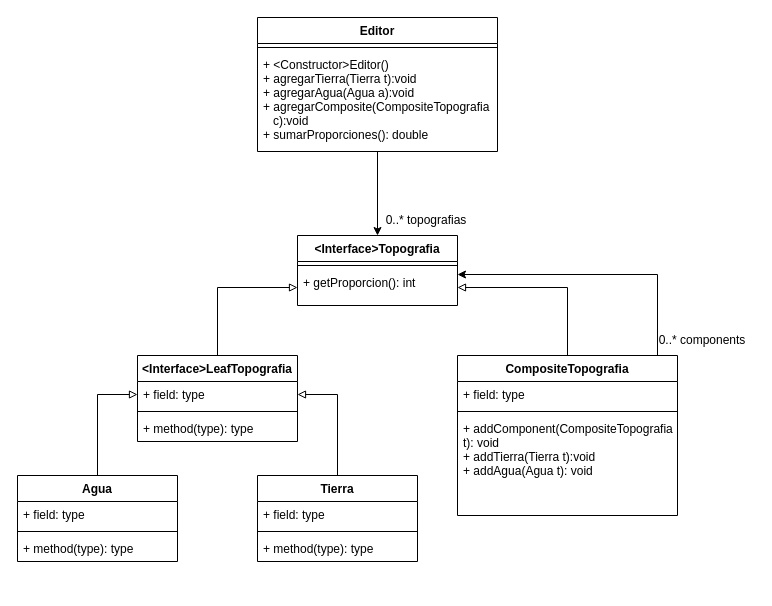
The draw.io diagram Practica/uml/practica_2/uml.drawio in joakospinelli/oo2, before the edit. Source tidied: cells renumbered, new cells numbered last; positions are measured from the earlier drawing's top-left corner, leaving out a move shared by most shapes. Both pictures are drawn from the tidied source at 100%, with x=0, y=0 at pixel (17, 17).
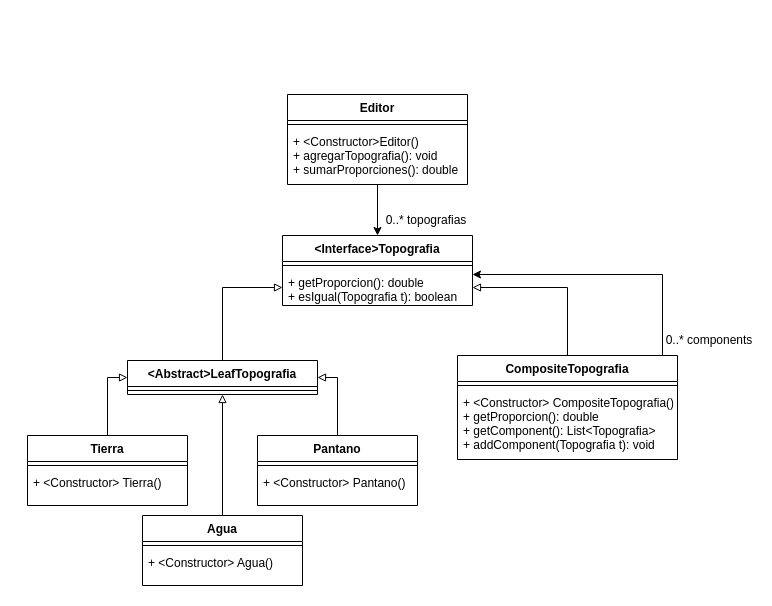
Above is the later version.

Commit message (it also covers changes not shown here):
UML Ejercicios 1 y 2 (Práctica 2) + arreglo de errores

Change to the diagram source:
```diff
@@
     <mxCell id="2" value="&lt;Interface&gt;Topografia" style="swimlane;fontStyle=1;align=center;verticalAlign=top;horizontal=1;startSize=26;" parent="1" vertex="1">
-      <mxGeometry x="280" y="218" width="160" height="70" as="geometry" />
+      <mxGeometry x="265" y="218" width="190" height="70" as="geometry" />
     </mxCell>
     <mxCell id="3" style="line;strokeWidth=1;fillColor=none;align=left;verticalAlign=middle;spacingTop=-1;spacingLeft=3;spacingRight=3;labelPosition=right;" parent="2" vertex="1">
-      <mxGeometry y="26" width="160" height="8" as="geometry" />
+      <mxGeometry y="26" width="190" height="8" as="geometry" />
     </mxCell>
-    <mxCell id="4" value="+ getProporcion(): int" style="text;strokeColor=none;fillColor=none;align=left;verticalAlign=top;spacingLeft=4;spacingRight=4;overflow=hidden;points=[[0,0.5],[1,0.5]];portConstraint=eastwest;" parent="2" vertex="1">
-      <mxGeometry y="34" width="160" height="36" as="geometry" />
+    <mxCell id="4" value="+ getProporcion(): double&#10;+ esIgual(Topografia t): boolean" style="text;strokeColor=none;fillColor=none;align=left;verticalAlign=top;spacingLeft=4;spacingRight=4;overflow=hidden;points=[[0,0.5],[1,0.5]];portConstraint=eastwest;" parent="2" vertex="1">
+      <mxGeometry y="34" width="190" height="36" as="geometry" />
     </mxCell>
-    <mxCell id="5" style="edgeStyle=orthogonalEdgeStyle;rounded=0;jettySize=auto;html=1;entryX=1;entryY=0.5;entryDx=0;entryDy=0;endArrow=classic;endFill=1;" parent="1" edge="1" source="7">
+    <mxCell id="5" style="edgeStyle=orthogonalEdgeStyle;rounded=0;orthogonalLoop=1;jettySize=auto;html=1;endArrow=classic;endFill=1;" parent="1" edge="1">
       <mxGeometry relative="1" as="geometry">
-        <mxPoint x="440" y="257" as="targetPoint" />
+        <mxPoint x="645" y="338" as="sourcePoint" />
+        <mxPoint x="455" y="257" as="targetPoint" />
         <Array as="points">
-          <mxPoint x="640" y="381" />
-          <mxPoint x="640" y="257" />
+          <mxPoint x="645" y="257" />
         </Array>
       </mxGeometry>
     </mxCell>
@@
     <mxCell id="7" value="CompositeTopografia" style="swimlane;fontStyle=1;align=center;verticalAlign=top;horizontal=1;startSize=26;" parent="1" vertex="1">
-      <mxGeometry x="440" y="338" width="220" height="160" as="geometry" />
+      <mxGeometry x="440" y="338" width="220" height="104" as="geometry" />
     </mxCell>
-    <mxCell id="8" value="+ field: type" style="text;strokeColor=none;fillColor=none;align=left;verticalAlign=top;spacingLeft=4;spacingRight=4;overflow=hidden;" parent="7" vertex="1">
-      <mxGeometry y="26" width="220" height="26" as="geometry" />
-    </mxCell>
     <mxCell id="9" style="line;strokeWidth=1;fillColor=none;align=left;verticalAlign=middle;spacingTop=-1;spacingLeft=3;spacingRight=3;labelPosition=right;" parent="7" vertex="1">
-      <mxGeometry y="52" width="220" height="8" as="geometry" />
+      <mxGeometry y="26" width="220" height="8" as="geometry" />
     </mxCell>
-    <mxCell id="10" value="+ addComponent(CompositeTopografia&#10;t): void&#10;+ addTierra(Tierra t):void&#10;+ addAgua(Agua t): void" style="text;strokeColor=none;fillColor=none;align=left;verticalAlign=top;spacingLeft=4;spacingRight=4;overflow=hidden;" parent="7" vertex="1">
-      <mxGeometry y="60" width="220" height="100" as="geometry" />
+    <mxCell id="10" value="+ &lt;Constructor&gt; CompositeTopografia()&#10;+ getProporcion(): double&#10;+ getComponent(): List&lt;Topografia&gt;&#10;+ addComponent(Topografia t): void&#10;" style="text;strokeColor=none;fillColor=none;align=left;verticalAlign=top;spacingLeft=4;spacingRight=4;overflow=hidden;" parent="7" vertex="1">
+      <mxGeometry y="34" width="220" height="70" as="geometry" />
     </mxCell>
@@
-    <mxCell id="12" value="&lt;Interface&gt;LeafTopografia" style="swimlane;fontStyle=1;align=center;verticalAlign=top;horizontal=1;startSize=26;" parent="1" vertex="1">
-      <mxGeometry x="120" y="338" width="160" height="86" as="geometry" />
+    <mxCell id="12" value="&lt;Abstract&gt;LeafTopografia" style="swimlane;fontStyle=1;align=center;verticalAlign=top;horizontal=1;startSize=26;" parent="1" vertex="1">
+      <mxGeometry x="110" y="343" width="190" height="34" as="geometry" />
     </mxCell>
-    <mxCell id="13" value="+ field: type" style="text;strokeColor=none;fillColor=none;align=left;verticalAlign=top;spacingLeft=4;spacingRight=4;overflow=hidden;points=[[0,0.5],[1,0.5]];portConstraint=eastwest;" parent="12" vertex="1">
-      <mxGeometry y="26" width="160" height="26" as="geometry" />
-    </mxCell>
     <mxCell id="14" style="line;strokeWidth=1;fillColor=none;align=left;verticalAlign=middle;spacingTop=-1;spacingLeft=3;spacingRight=3;labelPosition=right;" parent="12" vertex="1">
-      <mxGeometry y="52" width="160" height="8" as="geometry" />
+      <mxGeometry y="26" width="190" height="8" as="geometry" />
     </mxCell>
-    <mxCell id="15" value="+ method(type): type" style="text;strokeColor=none;fillColor=none;align=left;verticalAlign=top;spacingLeft=4;spacingRight=4;overflow=hidden;" parent="12" vertex="1">
-      <mxGeometry y="60" width="160" height="26" as="geometry" />
-    </mxCell>
-    <mxCell id="16" style="rounded=0;jettySize=auto;html=1;entryX=1;entryY=0.5;entryDx=0;entryDy=0;endArrow=block;endFill=0;strokeWidth=1;edgeStyle=orthogonalEdgeStyle;" parent="1" edge="1" source="17" target="13">
-      <mxGeometry relative="1" as="geometry" />
-    </mxCell>
-    <mxCell id="17" value="Tierra" style="swimlane;fontStyle=1;align=center;verticalAlign=top;horizontal=1;startSize=26;" parent="1" vertex="1">
-      <mxGeometry x="240" y="458" width="160" height="86" as="geometry" />
-    </mxCell>
-    <mxCell id="18" value="+ field: type" style="text;strokeColor=none;fillColor=none;align=left;verticalAlign=top;spacingLeft=4;spacingRight=4;overflow=hidden;" parent="17" vertex="1">
-      <mxGeometry y="26" width="160" height="26" as="geometry" />
-    </mxCell>
-    <mxCell id="19" style="line;strokeWidth=1;fillColor=none;align=left;verticalAlign=middle;spacingTop=-1;spacingLeft=3;spacingRight=3;labelPosition=right;" parent="17" vertex="1">
-      <mxGeometry y="52" width="160" height="8" as="geometry" />
-    </mxCell>
-    <mxCell id="20" value="+ method(type): type" style="text;strokeColor=none;fillColor=none;align=left;verticalAlign=top;spacingLeft=4;spacingRight=4;overflow=hidden;" parent="17" vertex="1">
-      <mxGeometry y="60" width="160" height="26" as="geometry" />
-    </mxCell>
-    <mxCell id="21" style="edgeStyle=orthogonalEdgeStyle;rounded=0;jettySize=auto;html=1;entryX=0;entryY=0.5;entryDx=0;entryDy=0;endArrow=block;endFill=0;" parent="1" edge="1" source="22" target="13">
-      <mxGeometry relative="1" as="geometry" />
-    </mxCell>
-    <mxCell id="22" value="Agua" style="swimlane;fontStyle=1;align=center;verticalAlign=top;horizontal=1;startSize=26;" parent="1" vertex="1">
-      <mxGeometry y="458" width="160" height="86" as="geometry" />
-    </mxCell>
-    <mxCell id="23" value="+ field: type" style="text;strokeColor=none;fillColor=none;align=left;verticalAlign=top;spacingLeft=4;spacingRight=4;overflow=hidden;" parent="22" vertex="1">
-      <mxGeometry y="26" width="160" height="26" as="geometry" />
-    </mxCell>
-    <mxCell id="24" style="line;strokeWidth=1;fillColor=none;align=left;verticalAlign=middle;spacingTop=-1;spacingLeft=3;spacingRight=3;labelPosition=right;" parent="22" vertex="1">
-      <mxGeometry y="52" width="160" height="8" as="geometry" />
-    </mxCell>
-    <mxCell id="25" value="+ method(type): type" style="text;strokeColor=none;fillColor=none;align=left;verticalAlign=top;spacingLeft=4;spacingRight=4;overflow=hidden;" parent="22" vertex="1">
-      <mxGeometry y="60" width="160" height="26" as="geometry" />
-    </mxCell>
     <mxCell id="26" value="0..* components" style="text;html=1;strokeColor=none;fillColor=none;align=center;verticalAlign=middle;whiteSpace=wrap;rounded=0;" parent="1" vertex="1">
-      <mxGeometry x="640" y="308" width="90" height="30" as="geometry" />
+      <mxGeometry x="647" y="308" width="90" height="30" as="geometry" />
     </mxCell>
@@
     <mxCell id="28" value="Editor" style="swimlane;fontStyle=1;align=center;verticalAlign=top;horizontal=1;startSize=26;" parent="1" vertex="1">
-      <mxGeometry x="240" width="240" height="134" as="geometry" />
+      <mxGeometry x="270" y="77" width="180" height="90" as="geometry" />
     </mxCell>
     <mxCell id="29" style="line;strokeWidth=1;fillColor=none;align=left;verticalAlign=middle;spacingTop=-1;spacingLeft=3;spacingRight=3;labelPosition=right;" parent="28" vertex="1">
-      <mxGeometry y="26" width="240" height="8" as="geometry" />
+      <mxGeometry y="26" width="180" height="8" as="geometry" />
     </mxCell>
-    <mxCell id="30" value="+ &lt;Constructor&gt;Editor()&#10;+ agregarTierra(Tierra t):void&#10;+ agregarAgua(Agua a):void&#10;+ agregarComposite(CompositeTopografia&#10;   c):void&#10;+ sumarProporciones(): double" style="text;strokeColor=none;fillColor=none;align=left;verticalAlign=top;spacingLeft=4;spacingRight=4;overflow=hidden;" parent="28" vertex="1">
-      <mxGeometry y="34" width="240" height="100" as="geometry" />
+    <mxCell id="30" value="+ &lt;Constructor&gt;Editor()&#10;+ agregarTopografia(): void&#10;+ sumarProporciones(): double" style="text;strokeColor=none;fillColor=none;align=left;verticalAlign=top;spacingLeft=4;spacingRight=4;overflow=hidden;" parent="28" vertex="1">
+      <mxGeometry y="34" width="180" height="56" as="geometry" />
     </mxCell>
@@
+    <mxCell id="32" style="edgeStyle=orthogonalEdgeStyle;rounded=0;jettySize=auto;html=1;entryX=0;entryY=0.5;entryDx=0;entryDy=0;endArrow=block;endFill=0;" parent="1" edge="1" source="17" target="12">
+      <mxGeometry relative="1" as="geometry" />
+    </mxCell>
+    <mxCell id="17" value="Tierra" style="swimlane;fontStyle=1;align=center;verticalAlign=top;horizontal=1;startSize=26;" parent="1" vertex="1">
+      <mxGeometry x="10" y="418" width="160" height="70" as="geometry" />
+    </mxCell>
+    <mxCell id="33" style="line;strokeWidth=1;fillColor=none;align=left;verticalAlign=middle;spacingTop=-1;spacingLeft=3;spacingRight=3;labelPosition=right;" parent="17" vertex="1">
+      <mxGeometry y="26" width="160" height="8" as="geometry" />
+    </mxCell>
+    <mxCell id="34" value="+ &lt;Constructor&gt; Tierra()" style="text;strokeColor=none;fillColor=none;align=left;verticalAlign=top;spacingLeft=4;spacingRight=4;overflow=hidden;" parent="17" vertex="1">
+      <mxGeometry y="34" width="160" height="36" as="geometry" />
+    </mxCell>
+    <mxCell id="35" style="edgeStyle=orthogonalEdgeStyle;rounded=0;jettySize=auto;html=1;entryX=0.5;entryY=1;entryDx=0;entryDy=0;endArrow=block;endFill=0;" parent="1" edge="1" source="22" target="12">
+      <mxGeometry relative="1" as="geometry" />
+    </mxCell>
+    <mxCell id="22" value="Agua" style="swimlane;fontStyle=1;align=center;verticalAlign=top;horizontal=1;startSize=26;" parent="1" vertex="1">
+      <mxGeometry x="125" y="498" width="160" height="70" as="geometry" />
+    </mxCell>
+    <mxCell id="36" style="line;strokeWidth=1;fillColor=none;align=left;verticalAlign=middle;spacingTop=-1;spacingLeft=3;spacingRight=3;labelPosition=right;" parent="22" vertex="1">
+      <mxGeometry y="26" width="160" height="8" as="geometry" />
+    </mxCell>
+    <mxCell id="37" value="+ &lt;Constructor&gt; Agua()" style="text;strokeColor=none;fillColor=none;align=left;verticalAlign=top;spacingLeft=4;spacingRight=4;overflow=hidden;" parent="22" vertex="1">
+      <mxGeometry y="34" width="160" height="36" as="geometry" />
+    </mxCell>
+    <mxCell id="38" style="edgeStyle=orthogonalEdgeStyle;rounded=0;jettySize=auto;html=1;entryX=1;entryY=0.5;entryDx=0;entryDy=0;endArrow=block;endFill=0;" parent="1" edge="1" source="39" target="12">
+      <mxGeometry relative="1" as="geometry" />
+    </mxCell>
+    <mxCell id="39" value="Pantano" style="swimlane;fontStyle=1;align=center;verticalAlign=top;horizontal=1;startSize=26;" parent="1" vertex="1">
+      <mxGeometry x="240" y="418" width="160" height="70" as="geometry" />
+    </mxCell>
+    <mxCell id="40" style="line;strokeWidth=1;fillColor=none;align=left;verticalAlign=middle;spacingTop=-1;spacingLeft=3;spacingRight=3;labelPosition=right;" parent="39" vertex="1">
+      <mxGeometry y="26" width="160" height="8" as="geometry" />
+    </mxCell>
+    <mxCell id="41" value="+ &lt;Constructor&gt; Pantano()" style="text;strokeColor=none;fillColor=none;align=left;verticalAlign=top;spacingLeft=4;spacingRight=4;overflow=hidden;" parent="39" vertex="1">
+      <mxGeometry y="34" width="160" height="36" as="geometry" />
+    </mxCell>
```
